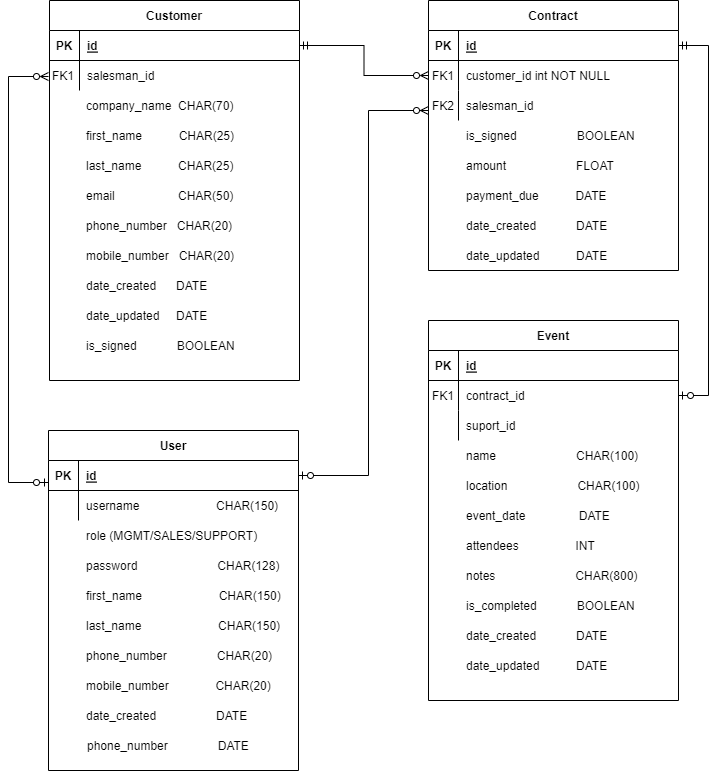
jsoques1/Epic_events keeps this draw.io diagram as ERD.drawio.png. Above is the earlier version. Source tidied: cells renumbered, new cells last; positions are measured from the earlier drawing's top-left corner, leaving out a move shared by most shapes.
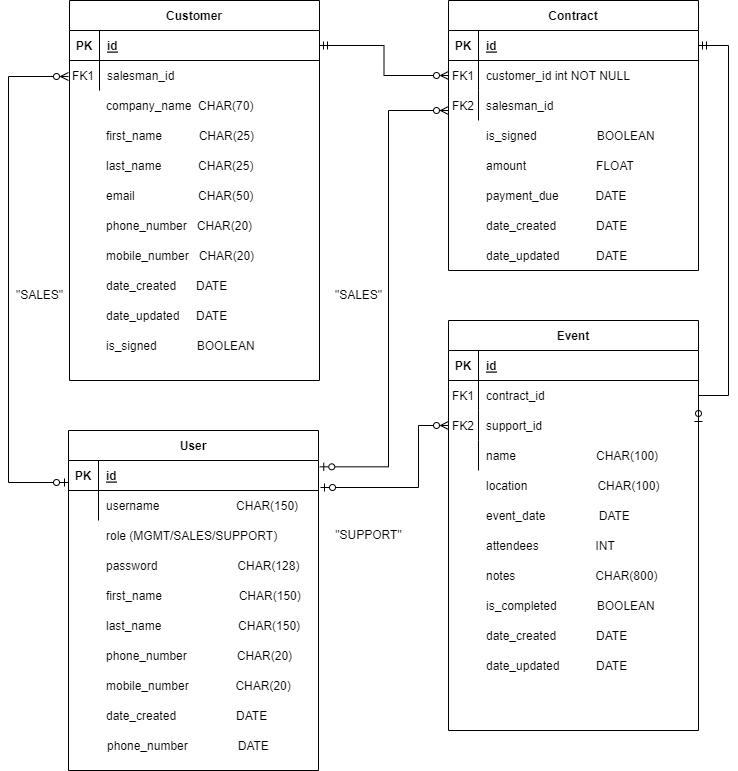
The same file after the commit.

Commit message:
ajour ERD et Readme.md

What changed in the source:
```diff
@@ -33,7 +33,7 @@
       <mxGeometry x="30" width="220" height="30" as="geometry" />
     </mxCell>
     <mxCell id="12" value="Event" style="shape=table;startSize=30;rowLines=0;fontStyle=1;align=center;" parent="1" vertex="1">
-      <mxGeometry x="420" y="320" width="250" height="380" as="geometry" />
+      <mxGeometry x="420" y="320" width="250" height="410" as="geometry" />
     </mxCell>
     <mxCell id="13" style="shape=partialRectangle;fillColor=none;top=0;left=0;right=0;bottom=1;" parent="12" vertex="1">
       <mxGeometry y="30" width="250" height="30" as="geometry" />
@@ -44,22 +44,31 @@
     <mxCell id="15" value="id" style="shape=partialRectangle;overflow=hidden;fillColor=none;top=0;left=0;bottom=0;right=0;align=left;spacingLeft=6;fontStyle=5;" parent="13" vertex="1">
       <mxGeometry x="30" width="220" height="30" as="geometry" />
     </mxCell>
+    <mxCell id="72" style="shape=partialRectangle;fillColor=none;top=0;left=0;right=0;bottom=0;" parent="12" vertex="1">
+      <mxGeometry y="60" width="250" height="30" as="geometry" />
+    </mxCell>
+    <mxCell id="73" value="FK1" style="shape=partialRectangle;overflow=hidden;fillColor=none;top=0;left=0;bottom=0;right=0;" parent="72" vertex="1">
+      <mxGeometry width="30" height="30" as="geometry" />
+    </mxCell>
+    <mxCell id="74" value="contract_id" style="shape=partialRectangle;overflow=hidden;fillColor=none;top=0;left=0;bottom=0;right=0;align=left;spacingLeft=6;" parent="72" vertex="1">
+      <mxGeometry x="30" width="220" height="30" as="geometry" />
+    </mxCell>
     <mxCell id="16" style="shape=partialRectangle;fillColor=none;points=[[0,0.5],[1,0.5]];portConstraint=eastwest;top=0;left=0;right=0;bottom=0;" parent="12" vertex="1">
-      <mxGeometry y="60" width="250" height="30" as="geometry" />
+      <mxGeometry y="90" width="250" height="30" as="geometry" />
     </mxCell>
-    <mxCell id="17" value="FK1" style="shape=partialRectangle;overflow=hidden;fillColor=none;top=0;left=0;bottom=0;right=0;" parent="16" vertex="1">
+    <mxCell id="17" value="FK2" style="shape=partialRectangle;overflow=hidden;fillColor=none;top=0;left=0;bottom=0;right=0;" parent="16" vertex="1">
       <mxGeometry width="30" height="30" as="geometry" />
     </mxCell>
-    <mxCell id="18" value="contract_id" style="shape=partialRectangle;overflow=hidden;fillColor=none;top=0;left=0;bottom=0;right=0;align=left;spacingLeft=6;" parent="16" vertex="1">
+    <mxCell id="18" value="support_id" style="shape=partialRectangle;overflow=hidden;fillColor=none;top=0;left=0;bottom=0;right=0;align=left;spacingLeft=6;" parent="16" vertex="1">
       <mxGeometry x="30" width="220" height="30" as="geometry" />
     </mxCell>
     <mxCell id="19" style="shape=partialRectangle;fillColor=none;top=0;left=0;right=0;bottom=0;" parent="12" vertex="1">
-      <mxGeometry y="90" width="250" height="30" as="geometry" />
+      <mxGeometry y="120" width="250" height="30" as="geometry" />
     </mxCell>
     <mxCell id="20" style="shape=partialRectangle;overflow=hidden;fillColor=none;top=0;left=0;bottom=0;right=0;" parent="19" vertex="1">
       <mxGeometry width="30" height="30" as="geometry" />
     </mxCell>
-    <mxCell id="21" value="suport_id" style="shape=partialRectangle;overflow=hidden;fillColor=none;top=0;left=0;bottom=0;right=0;align=left;spacingLeft=6;" parent="19" vertex="1">
+    <mxCell id="21" value="name                        CHAR(100)" style="shape=partialRectangle;overflow=hidden;fillColor=none;top=0;left=0;bottom=0;right=0;align=left;spacingLeft=6;" parent="19" vertex="1">
       <mxGeometry x="30" width="220" height="30" as="geometry" />
     </mxCell>
     <mxCell id="22" value="Customer" style="shape=table;startSize=30;rowLines=0;fontStyle=1;align=center;" parent="1" vertex="1">
@@ -125,12 +134,9 @@
     <mxCell id="42" value="date_created            DATE" style="shape=partialRectangle;overflow=hidden;fillColor=none;top=0;left=0;bottom=0;right=0;align=left;spacingLeft=6;" parent="1" vertex="1">
       <mxGeometry x="450" y="210" width="220" height="30" as="geometry" />
     </mxCell>
-    <mxCell id="43" value="name                        CHAR(100)" style="shape=partialRectangle;overflow=hidden;fillColor=none;top=0;left=0;bottom=0;right=0;align=left;spacingLeft=6;" parent="1" vertex="1">
-      <mxGeometry x="450" y="440" width="220" height="30" as="geometry" />
+    <mxCell id="43" value="location                     CHAR(100)" style="shape=partialRectangle;overflow=hidden;fillColor=none;top=0;left=0;bottom=0;right=0;align=left;spacingLeft=6;" parent="1" vertex="1">
+      <mxGeometry x="450" y="470" width="220" height="30" as="geometry" />
     </mxCell>
-    <mxCell id="44" value="location                     CHAR(100)" style="shape=partialRectangle;overflow=hidden;fillColor=none;top=0;left=0;bottom=0;right=0;align=left;spacingLeft=6;" parent="1" vertex="1">
-      <mxGeometry x="450" y="470" width="220" height="30" as="geometry" />
-    </mxCell>
     <mxCell id="45" value="event_date                DATE" style="shape=partialRectangle;overflow=hidden;fillColor=none;top=0;left=0;bottom=0;right=0;align=left;spacingLeft=6;" parent="1" vertex="1">
       <mxGeometry x="450" y="500" width="220" height="30" as="geometry" />
     </mxCell>
@@ -207,11 +213,11 @@
         <mxPoint x="40" y="482" as="sourcePoint" />
         <mxPoint x="40" y="76" as="targetPoint" />
         <Array as="points">
-          <mxPoint y="290" />
+          <mxPoint x="-20" y="280" />
         </Array>
       </mxGeometry>
     </mxCell>
-    <mxCell id="68" style="edgeStyle=elbowEdgeStyle;fontSize=12;html=1;endArrow=ERzeroToMany;startArrow=ERzeroToOne;rounded=0;exitX=1;exitY=0.5;exitDx=0;exitDy=0;startFill=0;" parent="1" edge="1" source="55">
+    <mxCell id="68" style="edgeStyle=elbowEdgeStyle;fontSize=12;html=1;endArrow=ERzeroToMany;startArrow=ERzeroToOne;rounded=0;exitX=1.005;exitY=0.211;exitDx=0;exitDy=0;startFill=0;exitPerimeter=0;" parent="1" edge="1" source="55">
       <mxGeometry relative="1" as="geometry">
         <mxPoint x="420" y="110" as="targetPoint" />
         <Array as="points">
@@ -229,5 +235,22 @@
     <mxCell id="71" value="phone_number               DATE" style="shape=partialRectangle;overflow=hidden;fillColor=none;top=0;left=0;bottom=0;right=0;align=left;spacingLeft=6;" parent="1" vertex="1">
       <mxGeometry x="71" y="730" width="220" height="30" as="geometry" />
     </mxCell>
+    <mxCell id="75" value="&quot;SALES&quot;" style="text;html=1;align=center;verticalAlign=middle;fillColor=none;strokeColor=none;rounded=0;" parent="1" vertex="1">
+      <mxGeometry x="295" y="280" width="70" height="30" as="geometry" />
+    </mxCell>
+    <mxCell id="76" value="&quot;SALES&quot;" style="text;html=1;align=center;verticalAlign=middle;fillColor=none;strokeColor=none;rounded=0;" parent="1" vertex="1">
+      <mxGeometry x="-24" y="280" width="70" height="30" as="geometry" />
+    </mxCell>
+    <mxCell id="77" style="edgeStyle=elbowEdgeStyle;rounded=0;jettySize=auto;html=1;exitX=1.008;exitY=0.9;exitDx=0;exitDy=0;startArrow=ERzeroToOne;startFill=0;endArrow=ERzeroToMany;endFill=0;entryX=0;entryY=0.5;entryDx=0;entryDy=0;exitPerimeter=0;" parent="1" edge="1" source="55" target="16">
+      <mxGeometry relative="1" as="geometry">
+        <Array as="points">
+          <mxPoint x="390" y="470" />
+          <mxPoint x="390" y="450" />
+        </Array>
+      </mxGeometry>
+    </mxCell>
+    <mxCell id="78" value="&quot;SUPPORT&quot;" style="text;html=1;align=center;verticalAlign=middle;fillColor=none;strokeColor=none;rounded=0;" parent="1" vertex="1">
+      <mxGeometry x="295" y="520" width="90" height="30" as="geometry" />
+    </mxCell>
   </root>
 </mxGraphModel>
```
